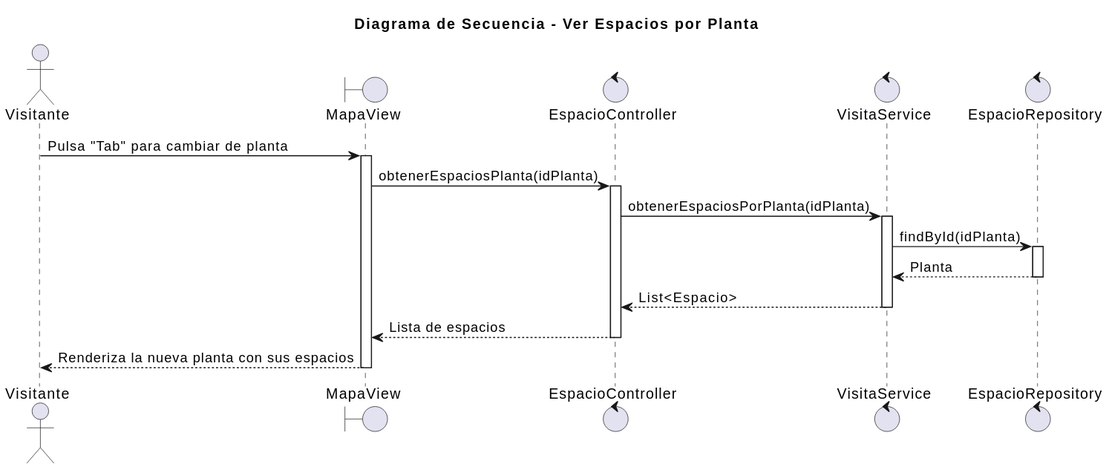
Earlier version of the PlantUML export images/02-diseño/01-Visitante/verEspaciosPlanta/verEspaciosPlanta.svg (mmasias/25-26-idsw2-sdVC). Its diagram source:
```plantuml
@startuml
title "Diagrama de Secuencia - Ver Espacios por Planta"

actor "Visitante" as visitor
boundary "MapaView" as view
control "EspacioController" as controller
control "VisitaService" as service
control "EspacioRepository" as repository

visitor -> view: Pulsa "Tab" para cambiar de planta
activate view
view -> controller: obtenerEspaciosPlanta(idPlanta)
activate controller
controller -> service: obtenerEspaciosPorPlanta(idPlanta)
activate service
service -> repository: findById(idPlanta)
activate repository
repository --> service: Planta
deactivate repository
service --> controller: List<Espacio>
deactivate service
controller --> view: Lista de espacios
deactivate controller
view --> visitor: Renderiza la nueva planta con sus espacios
deactivate view
@enduml
```
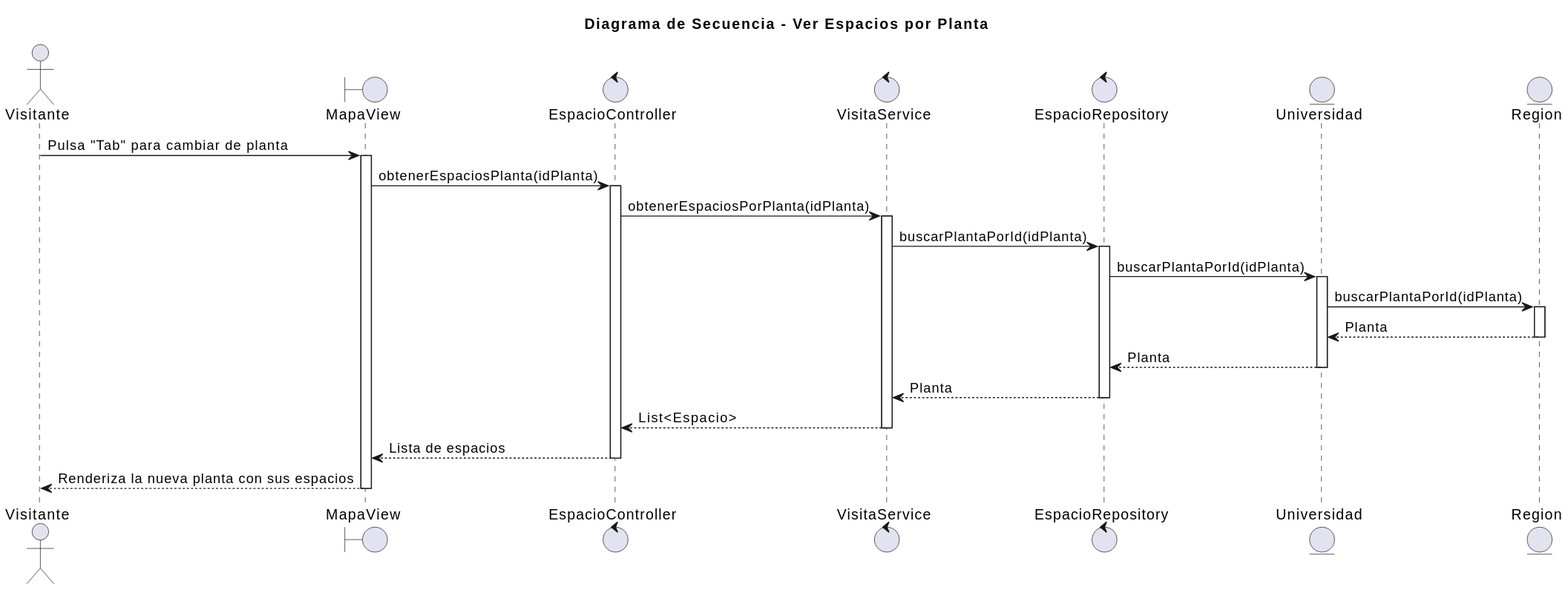
The same diagram one commit later.

Change to the diagram source:
```diff
@@ -6,6 +6,8 @@
 control "EspacioController" as controller
 control "VisitaService" as service
 control "EspacioRepository" as repository
+entity "Universidad" as uni
+entity "Region" as reg
 
 visitor -> view: Pulsa "Tab" para cambiar de planta
 activate view
@@ -13,8 +15,16 @@
 activate controller
 controller -> service: obtenerEspaciosPorPlanta(idPlanta)
 activate service
-service -> repository: findById(idPlanta)
+service -> repository: buscarPlantaPorId(idPlanta)
 activate repository
+repository -> uni: buscarPlantaPorId(idPlanta)
+activate uni
+uni -> reg: buscarPlantaPorId(idPlanta)
+activate reg
+reg --> uni: Planta
+deactivate reg
+uni --> repository: Planta
+deactivate uni
 repository --> service: Planta
 deactivate repository
 service --> controller: List<Espacio>
```
